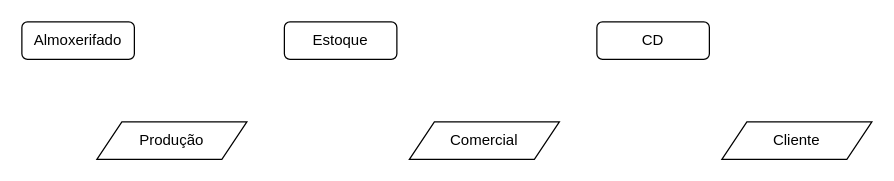
The draw.io diagram prollar.drawio in juniortorres1402/app, before the edit. Source tidied: cells renumbered, new cells numbered last; positions are measured from the earlier drawing's top-left corner, leaving out a move shared by most shapes. Both pictures are drawn from the tidied source at 125%, with x=0, y=0 at pixel (21, 21).
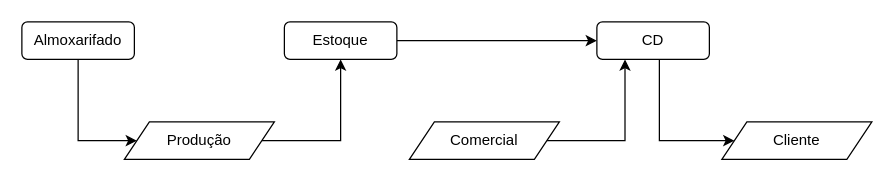
The same page after the edit.

Change to the diagram source:
```diff
@@
 <mxGraphModel>
   <root>
     <mxCell id="0" />
     <mxCell id="1" parent="0" />
+    <mxCell id="8" style="edgeStyle=orthogonalEdgeStyle;rounded=0;jettySize=auto;html=1;entryX=0.5;entryY=1;entryDx=0;entryDy=0;" parent="1" edge="1" source="2" target="4">
+      <mxGeometry relative="1" as="geometry" />
+    </mxCell>
     <mxCell id="2" value="Produção" style="shape=parallelogram;perimeter=parallelogramPerimeter;whiteSpace=wrap;html=1;shapeInside=1;fixedSize=1;" parent="1" vertex="1">
-      <mxGeometry x="60" y="80" width="120" height="30" as="geometry" />
+      <mxGeometry x="82" y="80" width="120" height="30" as="geometry" />
     </mxCell>
+    <mxCell id="9" style="edgeStyle=orthogonalEdgeStyle;rounded=0;jettySize=auto;html=1;entryX=0;entryY=0.5;entryDx=0;entryDy=0;" parent="1" edge="1" source="3" target="2">
+      <mxGeometry relative="1" as="geometry">
+        <Array as="points">
+          <mxPoint x="45" y="95" />
+        </Array>
+      </mxGeometry>
+    </mxCell>
-    <mxCell id="3" value="Almoxerifado" style="rounded=1;whiteSpace=wrap;html=1;" parent="1" vertex="1">
+    <mxCell id="3" value="Almoxarifado" style="rounded=1;whiteSpace=wrap;html=1;" parent="1" vertex="1">
       <mxGeometry width="90" height="30" as="geometry" />
     </mxCell>
+    <mxCell id="10" style="edgeStyle=orthogonalEdgeStyle;rounded=0;jettySize=auto;html=1;entryX=0;entryY=0.5;entryDx=0;entryDy=0;" parent="1" edge="1" source="4" target="6">
+      <mxGeometry relative="1" as="geometry" />
+    </mxCell>
     <mxCell id="4" value="Estoque" style="rounded=1;whiteSpace=wrap;html=1;" parent="1" vertex="1">
       <mxGeometry x="210" width="90" height="30" as="geometry" />
     </mxCell>
+    <mxCell id="11" style="edgeStyle=orthogonalEdgeStyle;rounded=0;jettySize=auto;html=1;entryX=0.25;entryY=1;entryDx=0;entryDy=0;" parent="1" edge="1" source="5" target="6">
+      <mxGeometry relative="1" as="geometry" />
+    </mxCell>
     <mxCell id="5" value="Comercial" style="shape=parallelogram;perimeter=parallelogramPerimeter;whiteSpace=wrap;html=1;shapeInside=1;fixedSize=1;" parent="1" vertex="1">
       <mxGeometry x="310" y="80" width="120" height="30" as="geometry" />
     </mxCell>
+    <mxCell id="12" style="edgeStyle=orthogonalEdgeStyle;rounded=0;jettySize=auto;html=1;entryX=0;entryY=0.5;entryDx=0;entryDy=0;" parent="1" edge="1" source="6" target="7">
+      <mxGeometry relative="1" as="geometry">
+        <Array as="points">
+          <mxPoint x="510" y="95" />
+        </Array>
+      </mxGeometry>
+    </mxCell>
     <mxCell id="6" value="CD" style="rounded=1;whiteSpace=wrap;html=1;" parent="1" vertex="1">
       <mxGeometry x="460" width="90" height="30" as="geometry" />
     </mxCell>
     <mxCell id="7" value="Cliente" style="shape=parallelogram;perimeter=parallelogramPerimeter;whiteSpace=wrap;html=1;shapeInside=1;fixedSize=1;" parent="1" vertex="1">
       <mxGeometry x="560" y="80" width="120" height="30" as="geometry" />
     </mxCell>
   </root>
 </mxGraphModel>
```
